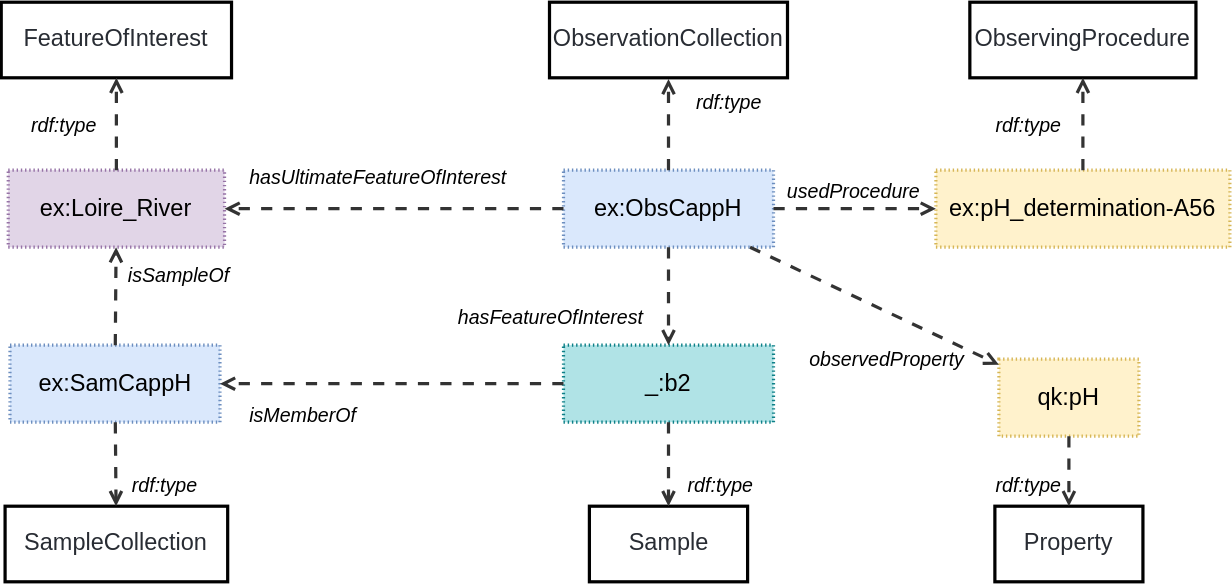
Earlier version of the draw.io export ssn/images/PlannedObservationCollection.svg (w3c/sdw-sosa-ssn). Source tidied: cells renumbered, new cells last; positions are measured from the earlier drawing's top-left corner, leaving out a move shared by most shapes.
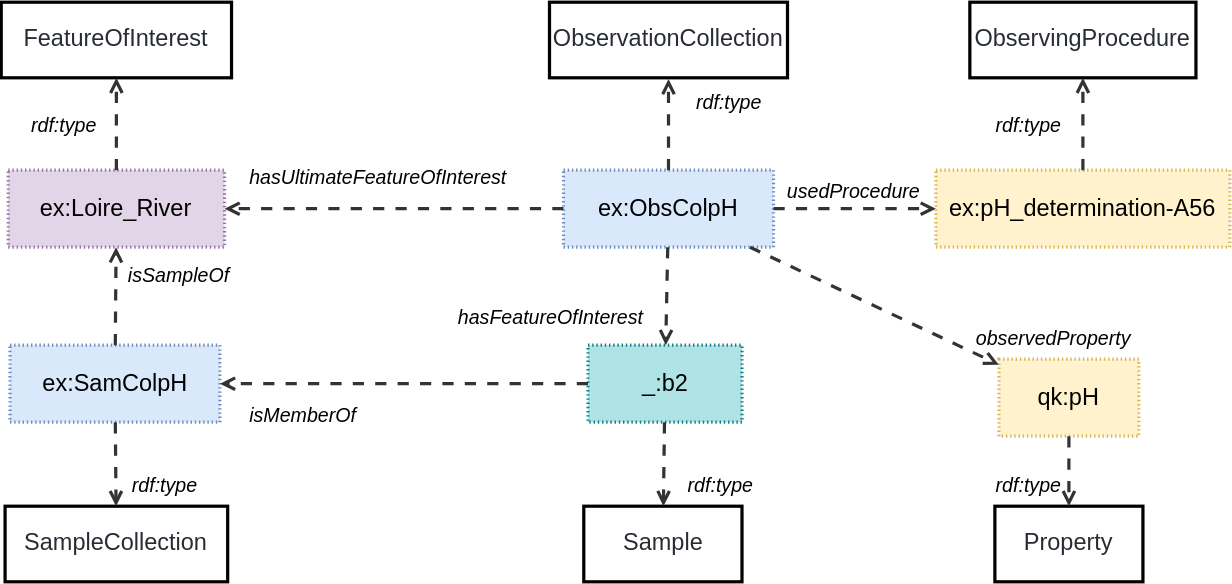
The same file after the commit.

Change to the diagram source:
```diff
@@ -2,7 +2,7 @@
   <root>
     <mxCell id="0" />
     <mxCell id="1" parent="0" />
-    <mxCell id="2" value="ex:ObsCappH" style="html=1;overflow=block;blockSpacing=1;whiteSpace=wrap;fontSize=16.8;align=center;spacing=0;strokeOpacity=100;fillColor=#dae8fc;dashed=1;fixDash=1;dashPattern=1 2;strokeWidth=2.3;strokeColor=#6c8ebf;" parent="1" vertex="1">
+    <mxCell id="2" value="ex:ObsColpH" style="html=1;overflow=block;blockSpacing=1;whiteSpace=wrap;fontSize=16.8;align=center;spacing=0;strokeOpacity=100;fillColor=#dae8fc;dashed=1;fixDash=1;dashPattern=1 2;strokeWidth=2.3;strokeColor=#6c8ebf;" parent="1" vertex="1">
       <mxGeometry x="402" y="120" width="150" height="55" as="geometry" />
     </mxCell>
     <mxCell id="3" value="ObservationCollection" style="html=1;overflow=block;blockSpacing=1;whiteSpace=wrap;fontSize=16.8;fontColor=#282c33;align=center;spacing=0;strokeOpacity=100;fillColor=none;strokeWidth=2.3;" parent="1" vertex="1">
@@ -33,10 +33,10 @@
       <mxGeometry relative="1" as="geometry" />
     </mxCell>
     <mxCell id="12" value="_:b2" style="html=1;overflow=block;blockSpacing=1;whiteSpace=wrap;fontSize=16.8;align=center;spacing=0;strokeOpacity=100;fillColor=#b0e3e6;dashed=1;fixDash=1;dashPattern=1 2;strokeWidth=2.3;strokeColor=#0e8088;" parent="1" vertex="1">
-      <mxGeometry x="402" y="245" width="150" height="55" as="geometry" />
+      <mxGeometry x="419.5" y="245" width="110" height="55" as="geometry" />
     </mxCell>
     <mxCell id="13" value="Sample" style="html=1;overflow=block;blockSpacing=1;whiteSpace=wrap;fontSize=16.8;fontColor=#282c33;align=center;spacing=0;strokeOpacity=100;fillColor=none;strokeWidth=2.3;" parent="1" vertex="1">
-      <mxGeometry x="420.5" y="360" width="113" height="54" as="geometry" />
+      <mxGeometry x="416.5" y="360" width="113" height="54" as="geometry" />
     </mxCell>
     <mxCell id="14" style="html=1;jettySize=18;whiteSpace=wrap;fontSize=13;strokeColor=#333333;strokeOpacity=100;dashed=1;fixDash=1;dashPattern=8 8;strokeWidth=2.3;rounded=1;arcSize=24;startArrow=none;endArrow=open;lucidId=NyNQDuX1wnY7;" parent="1" edge="1" source="12" target="13">
       <mxGeometry relative="1" as="geometry" />
@@ -68,7 +68,7 @@
     <mxCell id="23" value="usedProcedure" style="html=1;overflow=block;blockSpacing=1;whiteSpace=wrap;fontSize=14;fontStyle=2;align=center;spacing=0;strokeColor=none;strokeOpacity=100;fillOpacity=100;fillColor=none;strokeWidth=2.3;lucidId=ZyNQdXScJ7d8;" parent="1" vertex="1">
       <mxGeometry x="562" y="120" width="75" height="30" as="geometry" />
     </mxCell>
-    <mxCell id="24" value="ex:SamCappH" style="html=1;overflow=block;blockSpacing=1;whiteSpace=wrap;fontSize=16.8;align=center;spacing=0;strokeOpacity=100;fillColor=#dae8fc;dashed=1;fixDash=1;dashPattern=1 2;strokeWidth=2.3;strokeColor=#6c8ebf;" parent="1" vertex="1">
+    <mxCell id="24" value="ex:SamColpH" style="html=1;overflow=block;blockSpacing=1;whiteSpace=wrap;fontSize=16.8;align=center;spacing=0;strokeOpacity=100;fillColor=#dae8fc;dashed=1;fixDash=1;dashPattern=1 2;strokeWidth=2.3;strokeColor=#6c8ebf;" parent="1" vertex="1">
       <mxGeometry x="6.6" y="245" width="150" height="55" as="geometry" />
     </mxCell>
     <mxCell id="25" value="SampleCollection" style="html=1;overflow=block;blockSpacing=1;whiteSpace=wrap;fontSize=16.8;fontColor=#282c33;align=center;spacing=0;strokeOpacity=100;fillColor=none;strokeWidth=2.3;" parent="1" vertex="1">
@@ -108,7 +108,7 @@
       <mxGeometry relative="1" as="geometry" />
     </mxCell>
     <mxCell id="37" value="observedProperty" style="html=1;overflow=block;blockSpacing=1;whiteSpace=wrap;fontSize=14;fontStyle=2;align=center;spacing=0;strokeColor=none;strokeOpacity=100;fillOpacity=100;fillColor=none;strokeWidth=2.3;lucidId=ZyNQdXScJ7d8;" parent="1" vertex="1">
-      <mxGeometry x="578" y="240" width="75" height="30" as="geometry" />
+      <mxGeometry x="696.5" y="225" width="75" height="30" as="geometry" />
     </mxCell>
   </root>
 </mxGraphModel>
```
